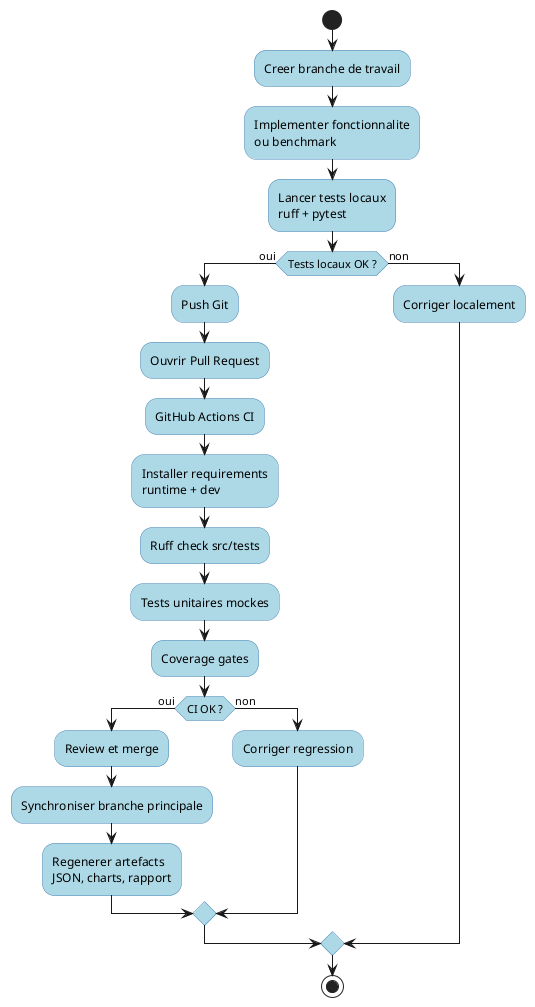
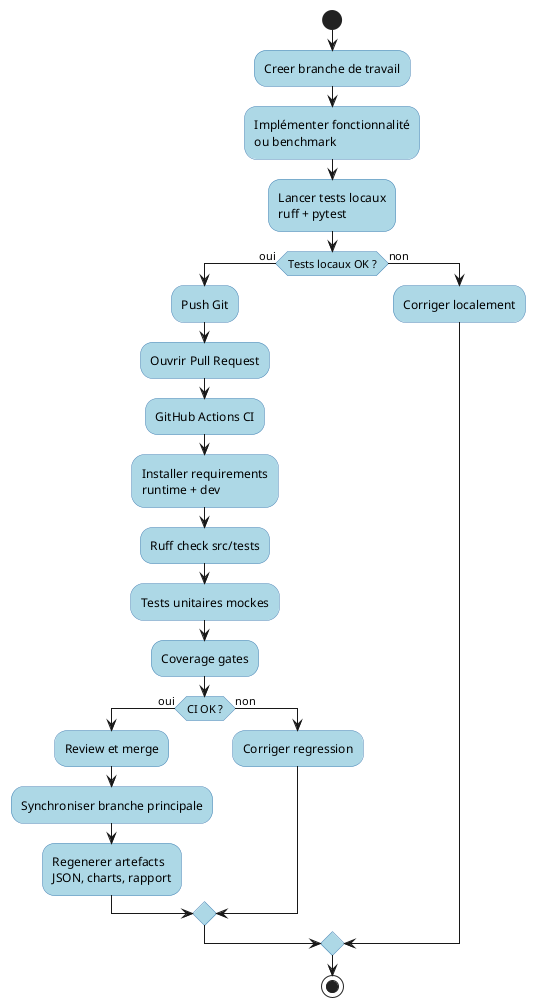
@startuml
skinparam shadowing false
skinparam activity {
  BackgroundColor LightBlue
  BorderColor SteelBlue
}

start
:Creer branche de travail;
- :Implementer fonctionnalite\nou benchmark;
+ :Implémenter fonctionnalité\nou benchmark;
:Lancer tests locaux\nruff + pytest;
if (Tests locaux OK ?) then (oui)
  :Push Git;
  :Ouvrir Pull Request;
  :GitHub Actions CI;
  :Installer requirements\nruntime + dev;
  :Ruff check src/tests;
  :Tests unitaires mockes;
  :Coverage gates;
  if (CI OK ?) then (oui)
    :Review et merge;
    :Synchroniser branche principale;
    :Regenerer artefacts\nJSON, charts, rapport;
  else (non)
    :Corriger regression;
  endif
else (non)
  :Corriger localement;
endif
stop
@enduml
